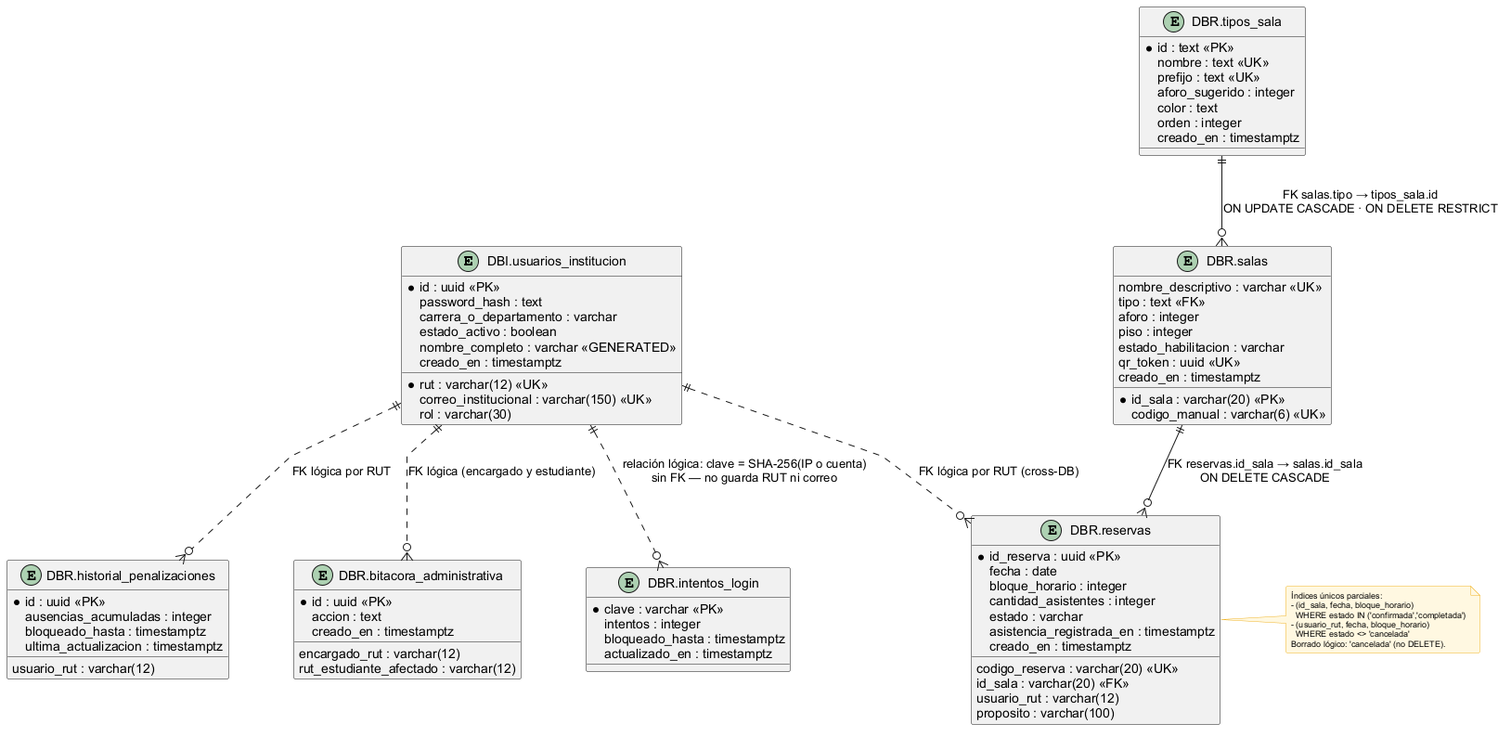
The PlantUML diagram docs/Modelo Entidad-Relacion - Sistema de Reservas.png in SPSolutionsOneaOne/SistemaReservas, before a commit.
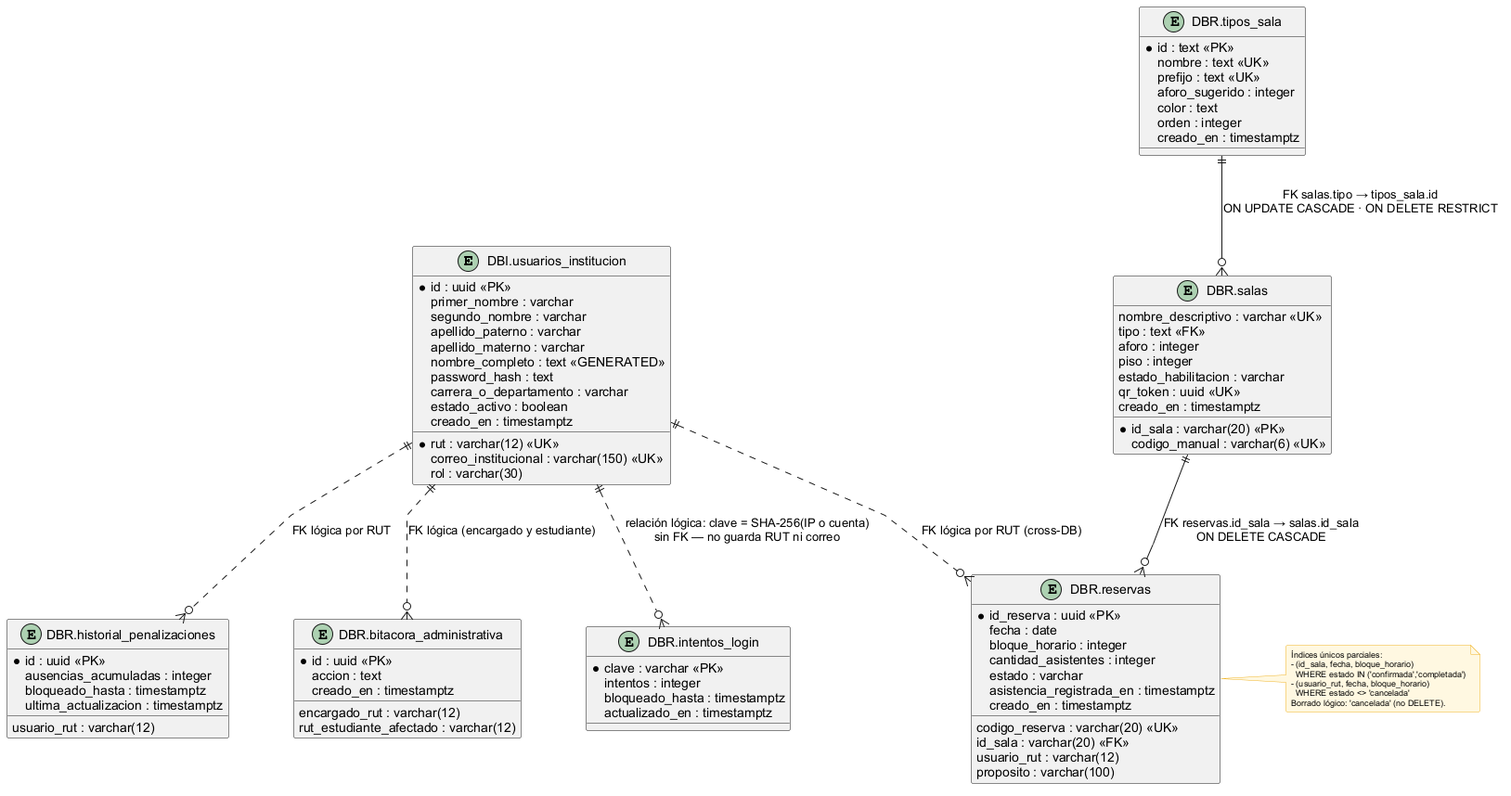
The same diagram one commit later.

Commit message:
docs: ERD restaura nombres atomizados (primer/segundo/apellidos) y nombre_completo GENERATED

What changed in the source:
```diff
@@ -21,12 +21,16 @@
 entity "DBI.usuarios_institucion" as USUARIO {
   * id : uuid <<PK>>
   * rut : varchar(12) <<UK>>
+  primer_nombre : varchar
+  segundo_nombre : varchar
+  apellido_paterno : varchar
+  apellido_materno : varchar
+  nombre_completo : text <<GENERATED>>
   correo_institucional : varchar(150) <<UK>>
   password_hash : text
   rol : varchar(30)
   carrera_o_departamento : varchar
   estado_activo : boolean
-  nombre_completo : varchar <<GENERATED>>
   creado_en : timestamptz
 }
 
```
